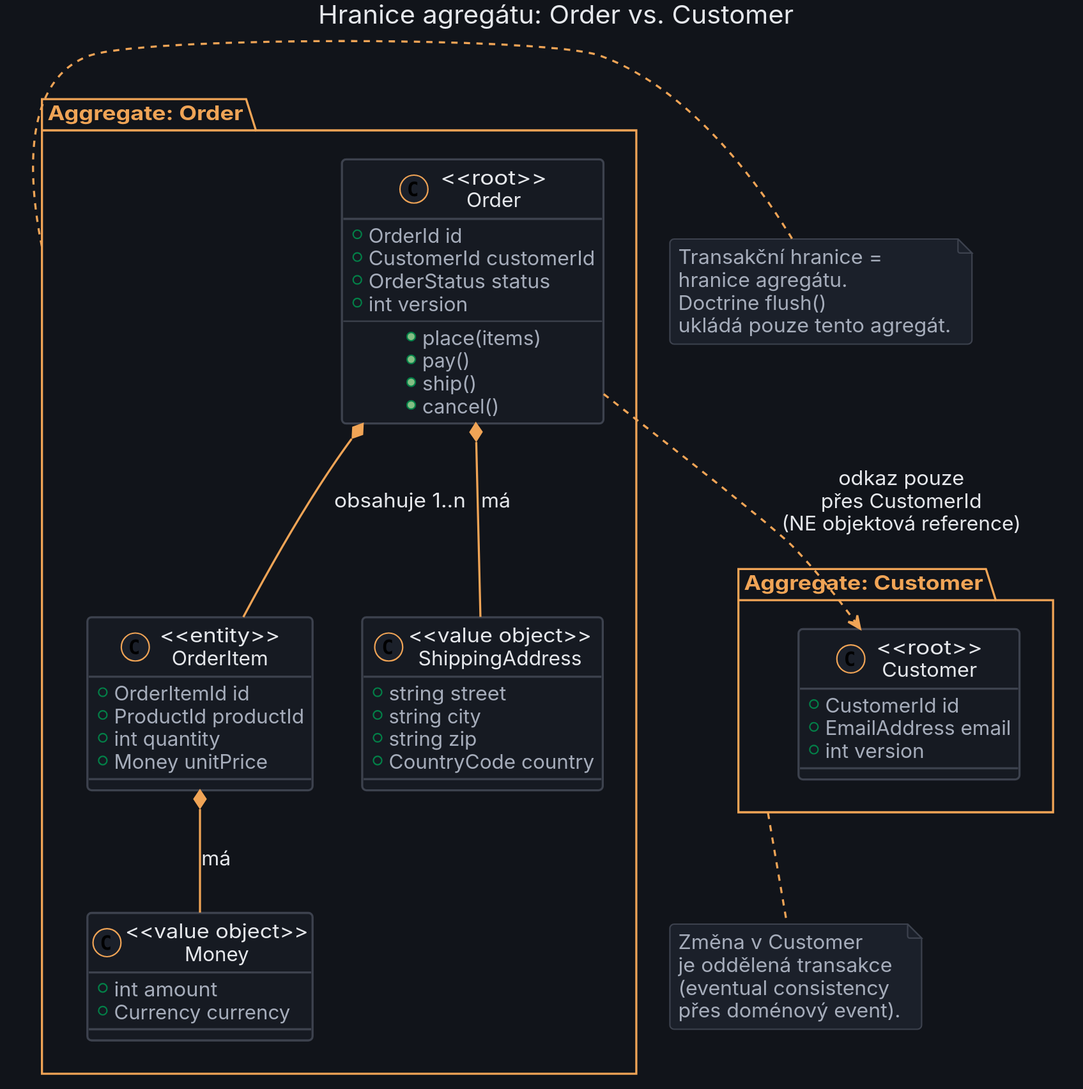
This is public/images/diagrams/21_aggregate_design/aggregate_boundary.svg from MichalKatuscak/ddd-v-symfony, a PlantUML export, as it was before one commit. The source it was exported from:
```plantuml
@startuml aggregate_boundary
skinparam dpi 150
skinparam backgroundColor #11141A
skinparam shadowing false
skinparam roundCorner 6

skinparam defaultFontName "DejaVu Sans"
skinparam defaultFontSize 14
skinparam defaultFontColor #E6E8EC
skinparam defaultTextAlignment center


skinparam ArrowColor #F0A456
skinparam ArrowFontColor #E6E8EC
skinparam ArrowThickness 1.5

skinparam node {
  BackgroundColor #161A22
  BorderColor #3D424E
  FontColor #E6E8EC
}

skinparam component {
  BackgroundColor #161A22
  BorderColor #3D424E
  FontColor #E6E8EC
}

skinparam rectangle {
  BackgroundColor #161A22
  BorderColor #3D424E
  FontColor #E6E8EC
}

skinparam package {
  BackgroundColor #11141A
  BorderColor #F0A456
  FontColor #F0A456
}

skinparam folder {
  BackgroundColor #161A22
  BorderColor #3D424E
  FontColor #E6E8EC
}

skinparam frame {
  BackgroundColor #161A22
  BorderColor #3D424E
  FontColor #E6E8EC
}

skinparam database {
  BackgroundColor #1B202A
  BorderColor #3D424E
  FontColor #E6E8EC
}

skinparam queue {
  BackgroundColor #1B202A
  BorderColor #3D424E
  FontColor #E6E8EC
}

skinparam cloud {
  BackgroundColor #1B202A
  BorderColor #3D424E
  FontColor #E6E8EC
}

skinparam actor {
  BackgroundColor #161A22
  BorderColor #F0A456
  FontColor #E6E8EC
}

skinparam usecase {
  BackgroundColor #161A22
  BorderColor #3D424E
  FontColor #E6E8EC
}

skinparam class {
  BackgroundColor #161A22
  BorderColor #3D424E
  HeaderBackgroundColor #1B202A
  ArrowColor #F0A456
  FontColor #E6E8EC
  AttributeFontColor #A6ADBB
  StereotypeFontColor #F0A456
}

skinparam object {
  BackgroundColor #161A22
  BorderColor #3D424E
  FontColor #E6E8EC
}

skinparam sequence {
  ParticipantBackgroundColor #161A22
  ParticipantBorderColor #3D424E
  ParticipantFontColor #E6E8EC
  ActorBackgroundColor #161A22
  ActorBorderColor #F0A456
  ActorFontColor #E6E8EC
  LifeLineBorderColor #3D424E
  LifeLineBackgroundColor #1B202A
  ArrowColor #F0A456
  ArrowFontColor #E6E8EC
  GroupBackgroundColor #1B202A
  GroupBorderColor #3D424E
  GroupFontColor #A6ADBB
  GroupHeaderFontColor #F0A456
  BoxBackgroundColor #11141A
  BoxBorderColor #F0A456
  BoxFontColor #F0A456
  DividerBackgroundColor #1B202A
  DividerBorderColor #3D424E
  DividerFontColor #A6ADBB
  ReferenceBackgroundColor #161A22
  ReferenceBorderColor #3D424E
  ReferenceFontColor #E6E8EC
  ReferenceHeaderBackgroundColor #1B202A
  StereotypeFontColor #F0A456
}

skinparam state {
  BackgroundColor #161A22
  BorderColor #3D424E
  FontColor #E6E8EC
  StartColor #F0A456
  EndColor #F0A456
  ArrowColor #F0A456
  AttributeFontColor #A6ADBB
}

skinparam activity {
  BackgroundColor #161A22
  BorderColor #3D424E
  FontColor #E6E8EC
  ArrowColor #F0A456
  StartColor #F0A456
  EndColor #F0A456
  BarColor #F0A456
  DiamondBackgroundColor #1B202A
  DiamondBorderColor #3D424E
  DiamondFontColor #E6E8EC
}

skinparam note {
  BackgroundColor #1B202A
  BorderColor #3D424E
  FontColor #A6ADBB
}

skinparam title {
  FontColor #E6E8EC
  FontSize 18
}

skinparam legend {
  BackgroundColor #161A22
  BorderColor #3D424E
  FontColor #A6ADBB
}

skinparam caption {
  FontColor #A6ADBB
}

skinparam stereotype {
  CBackgroundColor #1B202A
  CBorderColor #F0A456
  ABackgroundColor #1B202A
  ABorderColor #F0A456
  IBackgroundColor #1B202A
  IBorderColor #F0A456
  EBackgroundColor #1B202A
  EBorderColor #F0A456
}

title Hranice agregátu: Order vs. Customer

package "Aggregate: Order" as OrderAgg {
  class "<<root>>\nOrder" as OrderRoot {
    +OrderId id
    +CustomerId customerId
    +OrderStatus status
    +int version
    --
    +place(items)
    +pay()
    +ship()
    +cancel()
  }

  class "<<entity>>\nOrderItem" as OrderItem {
    +OrderItemId id
    +ProductId productId
    +int quantity
    +Money unitPrice
  }

  class "<<value object>>\nMoney" as Money {
    +int amount
    +Currency currency
  }

  class "<<value object>>\nShippingAddress" as ShippingAddress {
    +string street
    +string city
    +string zip
    +CountryCode country
  }

  OrderRoot *-- OrderItem : obsahuje 1..n
  OrderRoot *-- ShippingAddress : má
  OrderItem *-- Money : má
}

package "Aggregate: Customer" as CustomerAgg {
  class "<<root>>\nCustomer" as CustomerRoot {
    +CustomerId id
    +EmailAddress email
    +int version
  }
}

OrderRoot ..> CustomerRoot : odkaz pouze\npřes CustomerId\n(NE objektová reference)

note right of OrderAgg
  Transakční hranice =
  hranice agregátu.
  Doctrine flush()
  ukládá pouze tento agregát.
end note

note bottom of CustomerAgg
  Změna v Customer
  je oddělená transakce
  (eventual consistency
  přes doménový event).
end note

@enduml
```
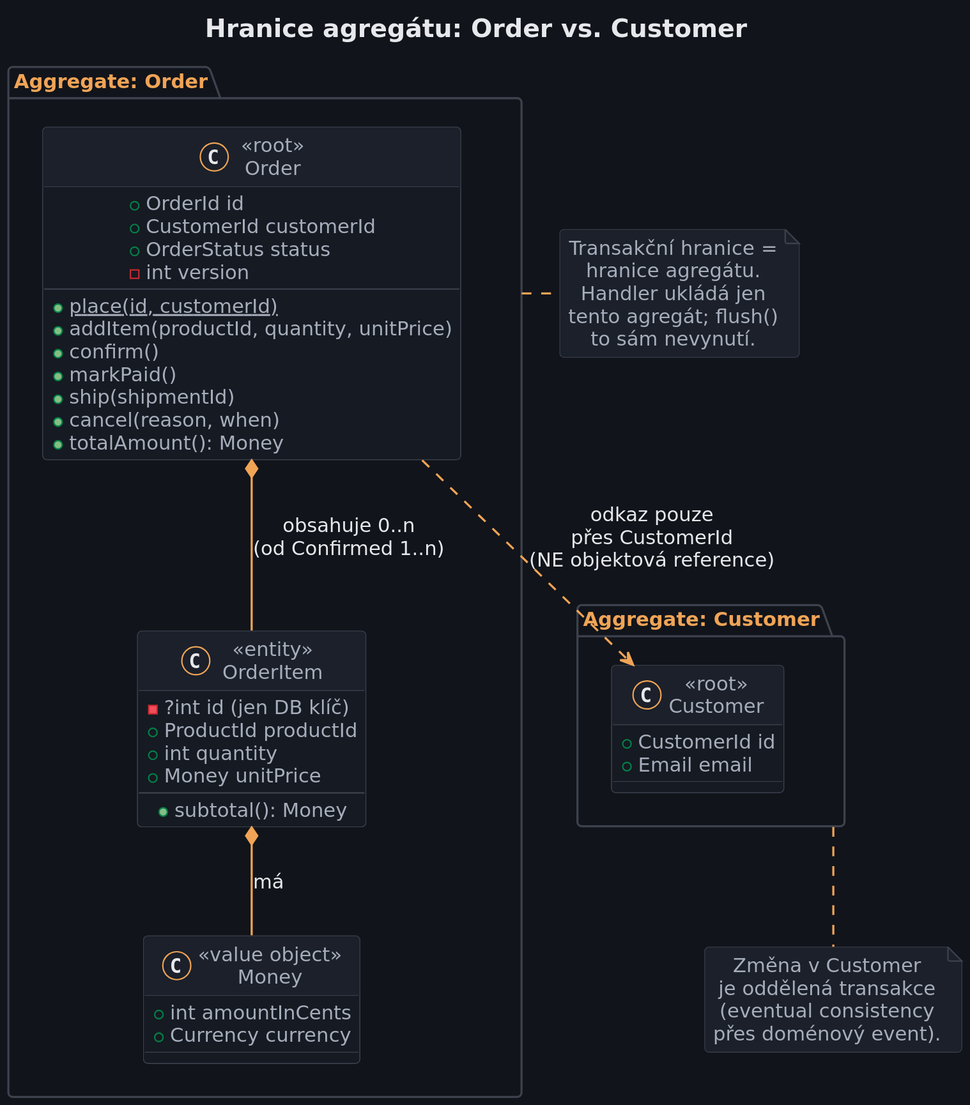
Above is the later version.

What changed in the source:
```diff
@@ -1,183 +1,5 @@
-@startuml aggregate_boundary
-skinparam dpi 150
-skinparam backgroundColor #11141A
-skinparam shadowing false
-skinparam roundCorner 6
-
-skinparam defaultFontName "DejaVu Sans"
-skinparam defaultFontSize 14
-skinparam defaultFontColor #E6E8EC
-skinparam defaultTextAlignment center
-
-
-skinparam ArrowColor #F0A456
-skinparam ArrowFontColor #E6E8EC
-skinparam ArrowThickness 1.5
-
-skinparam node {
-  BackgroundColor #161A22
-  BorderColor #3D424E
-  FontColor #E6E8EC
-}
-
-skinparam component {
-  BackgroundColor #161A22
-  BorderColor #3D424E
-  FontColor #E6E8EC
-}
-
-skinparam rectangle {
-  BackgroundColor #161A22
-  BorderColor #3D424E
-  FontColor #E6E8EC
-}
-
-skinparam package {
-  BackgroundColor #11141A
-  BorderColor #F0A456
-  FontColor #F0A456
-}
-
-skinparam folder {
-  BackgroundColor #161A22
-  BorderColor #3D424E
-  FontColor #E6E8EC
-}
-
-skinparam frame {
-  BackgroundColor #161A22
-  BorderColor #3D424E
-  FontColor #E6E8EC
-}
-
-skinparam database {
-  BackgroundColor #1B202A
-  BorderColor #3D424E
-  FontColor #E6E8EC
-}
-
-skinparam queue {
-  BackgroundColor #1B202A
-  BorderColor #3D424E
-  FontColor #E6E8EC
-}
-
-skinparam cloud {
-  BackgroundColor #1B202A
-  BorderColor #3D424E
-  FontColor #E6E8EC
-}
-
-skinparam actor {
-  BackgroundColor #161A22
-  BorderColor #F0A456
-  FontColor #E6E8EC
-}
-
-skinparam usecase {
-  BackgroundColor #161A22
-  BorderColor #3D424E
-  FontColor #E6E8EC
-}
-
-skinparam class {
-  BackgroundColor #161A22
-  BorderColor #3D424E
-  HeaderBackgroundColor #1B202A
-  ArrowColor #F0A456
-  FontColor #E6E8EC
-  AttributeFontColor #A6ADBB
-  StereotypeFontColor #F0A456
-}
-
-skinparam object {
-  BackgroundColor #161A22
-  BorderColor #3D424E
-  FontColor #E6E8EC
-}
-
-skinparam sequence {
-  ParticipantBackgroundColor #161A22
-  ParticipantBorderColor #3D424E
-  ParticipantFontColor #E6E8EC
-  ActorBackgroundColor #161A22
-  ActorBorderColor #F0A456
-  ActorFontColor #E6E8EC
-  LifeLineBorderColor #3D424E
-  LifeLineBackgroundColor #1B202A
-  ArrowColor #F0A456
-  ArrowFontColor #E6E8EC
-  GroupBackgroundColor #1B202A
-  GroupBorderColor #3D424E
-  GroupFontColor #A6ADBB
-  GroupHeaderFontColor #F0A456
-  BoxBackgroundColor #11141A
-  BoxBorderColor #F0A456
-  BoxFontColor #F0A456
-  DividerBackgroundColor #1B202A
-  DividerBorderColor #3D424E
-  DividerFontColor #A6ADBB
-  ReferenceBackgroundColor #161A22
-  ReferenceBorderColor #3D424E
-  ReferenceFontColor #E6E8EC
-  ReferenceHeaderBackgroundColor #1B202A
-  StereotypeFontColor #F0A456
-}
-
-skinparam state {
-  BackgroundColor #161A22
-  BorderColor #3D424E
-  FontColor #E6E8EC
-  StartColor #F0A456
-  EndColor #F0A456
-  ArrowColor #F0A456
-  AttributeFontColor #A6ADBB
-}
-
-skinparam activity {
-  BackgroundColor #161A22
-  BorderColor #3D424E
-  FontColor #E6E8EC
-  ArrowColor #F0A456
-  StartColor #F0A456
-  EndColor #F0A456
-  BarColor #F0A456
-  DiamondBackgroundColor #1B202A
-  DiamondBorderColor #3D424E
-  DiamondFontColor #E6E8EC
-}
-
-skinparam note {
-  BackgroundColor #1B202A
-  BorderColor #3D424E
-  FontColor #A6ADBB
-}
-
-skinparam title {
-  FontColor #E6E8EC
-  FontSize 18
-}
-
-skinparam legend {
-  BackgroundColor #161A22
-  BorderColor #3D424E
-  FontColor #A6ADBB
-}
-
-skinparam caption {
-  FontColor #A6ADBB
-}
-
-skinparam stereotype {
-  CBackgroundColor #1B202A
-  CBorderColor #F0A456
-  ABackgroundColor #1B202A
-  ABorderColor #F0A456
-  IBackgroundColor #1B202A
-  IBorderColor #F0A456
-  EBackgroundColor #1B202A
-  EBorderColor #F0A456
-}
+@startuml
+!include ../theme.iuml
 
 title Hranice agregátu: Order vs. Customer
 
@@ -186,43 +8,39 @@
     +OrderId id
     +CustomerId customerId
     +OrderStatus status
-    +int version
+    -int version
     --
-    +place(items)
-    +pay()
-    +ship()
-    +cancel()
+    +{static} place(id, customerId)
+    +addItem(productId, quantity, unitPrice)
+    +confirm()
+    +markPaid()
+    +ship(shipmentId)
+    +cancel(reason, when)
+    +totalAmount(): Money
   }
 
   class "<<entity>>\nOrderItem" as OrderItem {
-    +OrderItemId id
+    -?int id (jen DB klíč)
     +ProductId productId
     +int quantity
     +Money unitPrice
+    --
+    +subtotal(): Money
   }
 
   class "<<value object>>\nMoney" as Money {
-    +int amount
+    +int amountInCents
     +Currency currency
   }
 
-  class "<<value object>>\nShippingAddress" as ShippingAddress {
-    +string street
-    +string city
-    +string zip
-    +CountryCode country
-  }
-
-  OrderRoot *-- OrderItem : obsahuje 1..n
-  OrderRoot *-- ShippingAddress : má
+  OrderRoot *-- OrderItem : obsahuje 0..n\n(od Confirmed 1..n)
   OrderItem *-- Money : má
 }
 
 package "Aggregate: Customer" as CustomerAgg {
   class "<<root>>\nCustomer" as CustomerRoot {
     +CustomerId id
-    +EmailAddress email
-    +int version
+    +Email email
   }
 }
 
@@ -231,8 +49,9 @@
 note right of OrderAgg
   Transakční hranice =
   hranice agregátu.
-  Doctrine flush()
-  ukládá pouze tento agregát.
+  Handler ukládá jen
+  tento agregát; flush()
+  to sám nevynutí.
 end note
 
 note bottom of CustomerAgg
@@ -241,5 +60,4 @@
   (eventual consistency
   přes doménový event).
 end note
-
 @enduml
```
